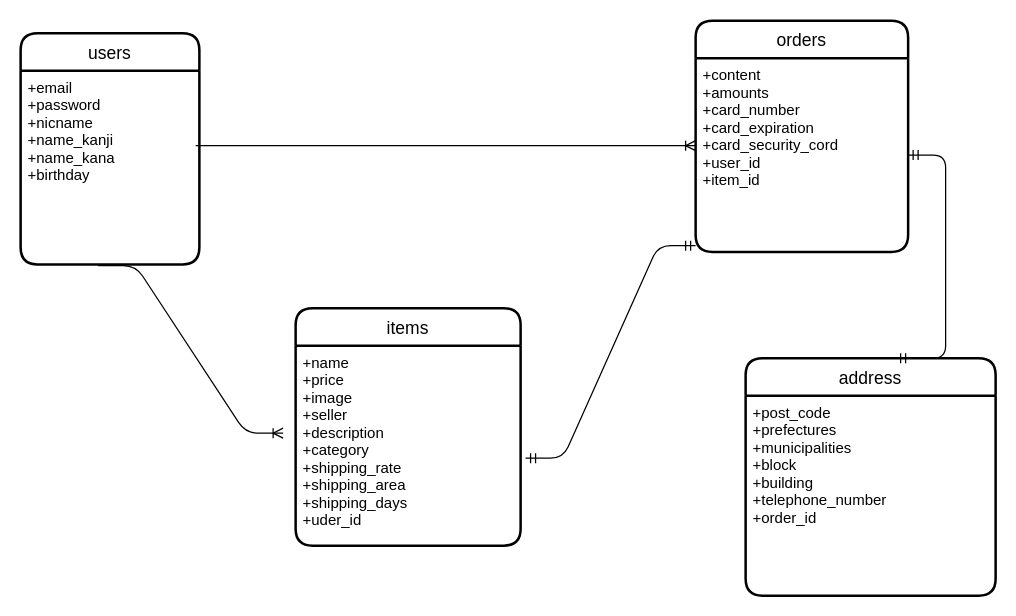
Above: er.dio in yudai928/furima-35577 (draw.io), before the change. Source tidied: cells renumbered, new cells numbered last; positions are measured from the earlier drawing's top-left corner, leaving out a move shared by most shapes. Both pictures are drawn from the tidied source at 125%, with x=0, y=0 at pixel (20, 20).
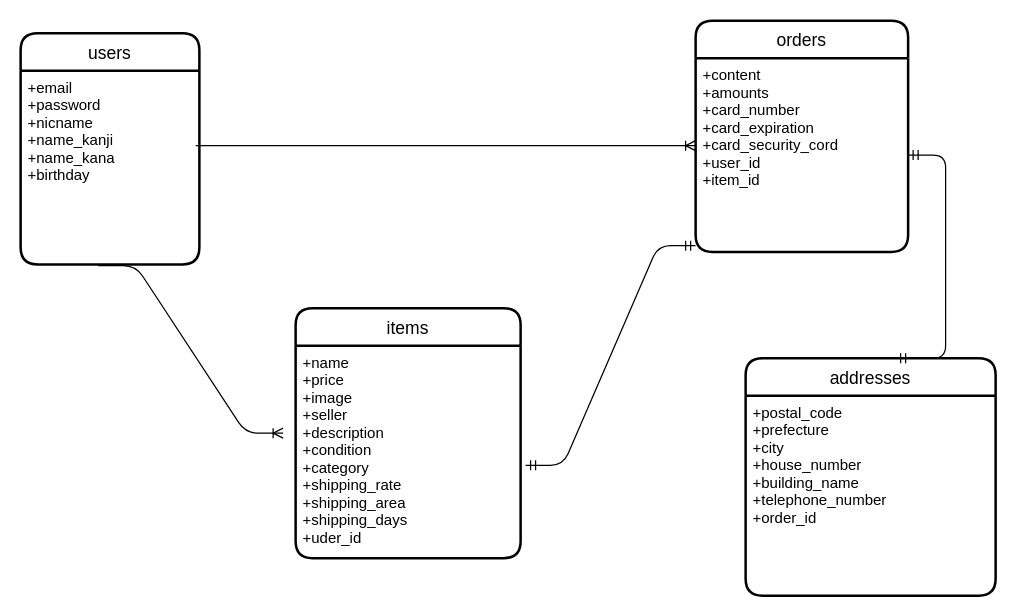
Above is the later version.

Change to the diagram source:
```diff
@@
 <mxGraphModel>
   <root>
     <mxCell id="0" />
     <mxCell id="1" parent="0" />
     <mxCell id="2" value="items" style="swimlane;horizontal=1;startSize=30;rounded=1;fontSize=14;fontStyle=0;strokeWidth=2;shadow=0;dashed=0;align=center;" parent="1" vertex="1">
-      <mxGeometry x="220" y="230" width="180" height="190" as="geometry" />
+      <mxGeometry x="220" y="230" width="180" height="200" as="geometry" />
     </mxCell>
-    <mxCell id="3" value="+name&#10;+price&#10;+image&#10;+seller&#10;+description&#10;+category&#10;+shipping_rate&#10;+shipping_area&#10;+shipping_days&#10;+uder_id" style="align=left;strokeColor=none;fillColor=none;spacingLeft=4;fontSize=12;verticalAlign=top;" parent="2" vertex="1">
-      <mxGeometry y="30" width="180" height="160" as="geometry" />
+    <mxCell id="3" value="+name&#10;+price&#10;+image&#10;+seller&#10;+description&#10;+condition&#10;+category&#10;+shipping_rate&#10;+shipping_area&#10;+shipping_days&#10;+uder_id" style="align=left;strokeColor=none;fillColor=none;spacingLeft=4;fontSize=12;verticalAlign=top;" parent="2" vertex="1">
+      <mxGeometry y="30" width="180" height="170" as="geometry" />
     </mxCell>
     <mxCell id="4" value="users" style="swimlane;horizontal=1;startSize=30;rounded=1;fontSize=14;fontStyle=0;strokeWidth=2;shadow=0;dashed=0;align=center;" parent="1" vertex="1">
       <mxGeometry y="10" width="143" height="185" as="geometry" />
     </mxCell>
     <mxCell id="5" value="+email&#10;+password&#10;+nicname&#10;+name_kanji&#10;+name_kana&#10;+birthday" style="align=left;strokeColor=none;fillColor=none;spacingLeft=4;fontSize=12;verticalAlign=top;" parent="4" vertex="1">
       <mxGeometry y="30" width="143" height="155" as="geometry" />
     </mxCell>
     <mxCell id="6" value="orders" style="swimlane;horizontal=1;startSize=30;rounded=1;fontSize=14;fontStyle=0;strokeWidth=2;shadow=0;dashed=0;align=center;" parent="1" vertex="1">
       <mxGeometry x="540" width="170" height="185" as="geometry" />
     </mxCell>
     <mxCell id="7" value="+content&#10;+amounts&#10;+card_number&#10;+card_expiration&#10;+card_security_cord&#10;+user_id&#10;+item_id&#10;" style="align=left;strokeColor=none;fillColor=none;spacingLeft=4;fontSize=12;verticalAlign=top;" parent="6" vertex="1">
       <mxGeometry y="30" width="170" height="155" as="geometry" />
     </mxCell>
-    <mxCell id="8" value="address" style="swimlane;horizontal=1;startSize=30;rounded=1;fontSize=14;fontStyle=0;strokeWidth=2;shadow=0;dashed=0;align=center;" parent="1" vertex="1">
+    <mxCell id="8" value="addresses" style="swimlane;horizontal=1;startSize=30;rounded=1;fontSize=14;fontStyle=0;strokeWidth=2;shadow=0;dashed=0;align=center;" parent="1" vertex="1">
       <mxGeometry x="580" y="270" width="200" height="190" as="geometry" />
     </mxCell>
-    <mxCell id="9" value="+post_code&#10;+prefectures&#10;+municipalities&#10;+block&#10;+building&#10;+telephone_number&#10;+order_id" style="align=left;strokeColor=none;fillColor=none;spacingLeft=4;fontSize=12;verticalAlign=top;" parent="8" vertex="1">
+    <mxCell id="9" value="+postal_code&#10;+prefecture&#10;+city&#10;+house_number&#10;+building_name&#10;+telephone_number&#10;+order_id" style="align=left;strokeColor=none;fillColor=none;spacingLeft=4;fontSize=12;verticalAlign=top;" parent="8" vertex="1">
       <mxGeometry y="30" width="200" height="160" as="geometry" />
     </mxCell>
     <mxCell id="10" style="edgeStyle=entityRelationEdgeStyle;fontSize=12;html=1;endArrow=ERoneToMany;" parent="1" edge="1">
       <mxGeometry relative="1" as="geometry">
         <mxPoint x="140" y="100" as="sourcePoint" />
         <mxPoint x="540" y="100" as="targetPoint" />
       </mxGeometry>
     </mxCell>
     <mxCell id="11" style="edgeStyle=entityRelationEdgeStyle;fontSize=12;html=1;endArrow=ERoneToMany;exitX=0.434;exitY=1.006;exitDx=0;exitDy=0;exitPerimeter=0;" parent="1" edge="1" source="5">
       <mxGeometry relative="1" as="geometry">
         <mxPoint x="210" y="330" as="targetPoint" />
       </mxGeometry>
     </mxCell>
     <mxCell id="12" style="edgeStyle=entityRelationEdgeStyle;fontSize=12;html=1;endArrow=ERmandOne;startArrow=ERmandOne;exitX=1.022;exitY=0.563;exitDx=0;exitDy=0;exitPerimeter=0;" parent="1" edge="1" source="3">
       <mxGeometry relative="1" as="geometry">
         <mxPoint x="540" y="180" as="targetPoint" />
       </mxGeometry>
     </mxCell>
     <mxCell id="13" style="edgeStyle=entityRelationEdgeStyle;fontSize=12;html=1;endArrow=ERmandOne;startArrow=ERmandOne;" parent="1" edge="1" target="7">
       <mxGeometry relative="1" as="geometry">
         <mxPoint x="700" y="270" as="sourcePoint" />
       </mxGeometry>
     </mxCell>
   </root>
 </mxGraphModel>
```
